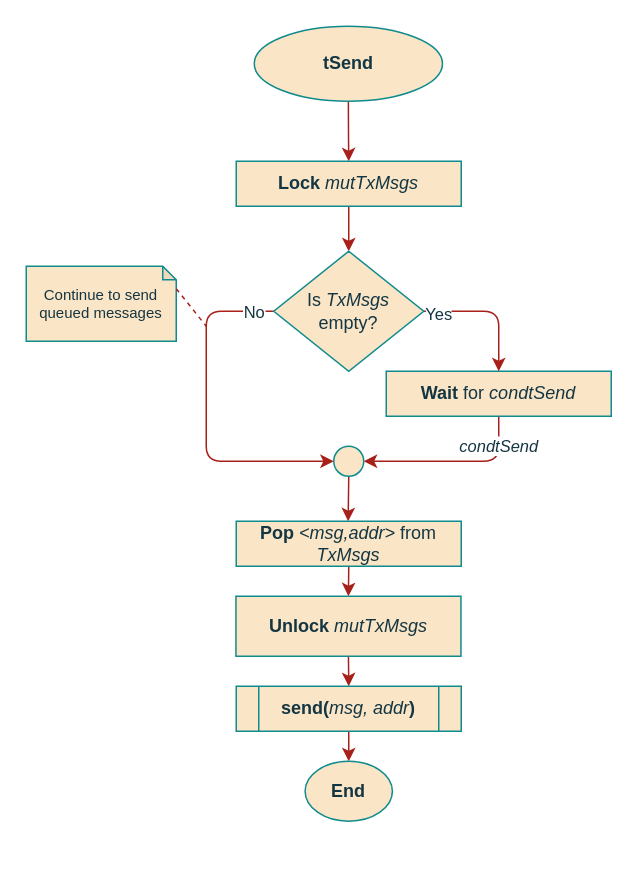
Before: page "tSend" (7 of 8) of documentation/flowcharts/02Classes/CCommunication.drawio in ESRGgroup9/slipad, a draw.io diagram. Source tidied: cells renumbered, new cells numbered last; positions are measured from the earlier drawing's top-left corner, leaving out a move shared by most shapes. Both pictures are drawn from the tidied source at 150%, with x=0, y=0 at pixel (26, 26).
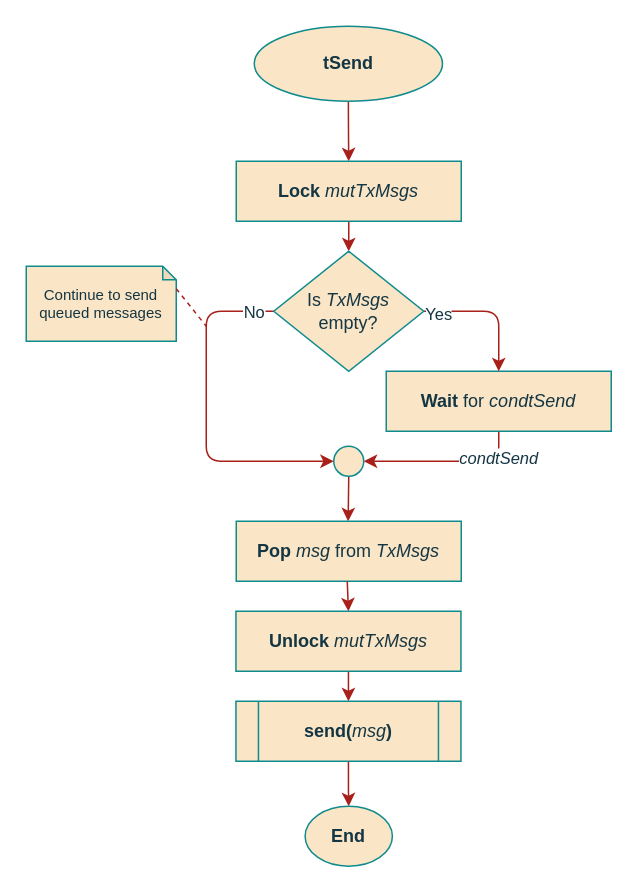
After the change.

What changed in the source:
```diff
@@
     <mxCell id="5" value="&lt;b&gt;Lock&lt;/b&gt; &lt;i&gt;mutTxMsgs&lt;/i&gt;" style="rounded=0;whiteSpace=wrap;html=1;sketch=0;fontColor=#143642;strokeColor=#0F8B8D;fillColor=#FAE5C7;" parent="1" vertex="1">
-      <mxGeometry x="140" y="90" width="150" height="30" as="geometry" />
+      <mxGeometry x="140" y="90" width="150" height="40" as="geometry" />
     </mxCell>
@@
     <mxCell id="7" value="&lt;b&gt;Wait&lt;/b&gt; for &lt;i&gt;condtSend&lt;/i&gt;" style="rounded=0;whiteSpace=wrap;html=1;sketch=0;fontColor=#143642;strokeColor=#0F8B8D;fillColor=#FAE5C7;" parent="1" vertex="1">
-      <mxGeometry x="240" y="230" width="150" height="30" as="geometry" />
+      <mxGeometry x="240" y="230" width="150" height="40" as="geometry" />
     </mxCell>
@@
     <mxCell id="18" value="End" style="ellipse;whiteSpace=wrap;html=1;fillColor=#FAE5C7;strokeColor=#0F8B8D;fontColor=#143642;fontStyle=1;" parent="1" vertex="1">
-      <mxGeometry x="185.9" y="490" width="58.2" height="40" as="geometry" />
+      <mxGeometry x="185.9" y="520" width="58.2" height="40" as="geometry" />
     </mxCell>
-    <mxCell id="19" style="edgeStyle=orthogonalEdgeStyle;rounded=0;jettySize=auto;html=1;exitX=0.5;exitY=1;exitDx=0;exitDy=0;entryX=0.5;entryY=0;entryDx=0;entryDy=0;strokeColor=#A8201A;" parent="1" edge="1" source="20" target="22">
-      <mxGeometry relative="1" as="geometry" />
-    </mxCell>
-    <mxCell id="20" value="&lt;b&gt;Pop &lt;/b&gt;&lt;i&gt;&amp;lt;msg,addr&amp;gt; &lt;/i&gt;from &lt;i&gt;TxMsgs&lt;/i&gt;" style="rounded=0;whiteSpace=wrap;html=1;sketch=0;fontColor=#143642;strokeColor=#0F8B8D;fillColor=#FAE5C7;" parent="1" vertex="1">
-      <mxGeometry x="140" y="330" width="150" height="30" as="geometry" />
+    <mxCell id="20" value="&lt;b&gt;Pop &lt;/b&gt;&lt;i&gt;msg &lt;/i&gt;from &lt;i&gt;TxMsgs&lt;/i&gt;" style="rounded=0;whiteSpace=wrap;html=1;sketch=0;fontColor=#143642;strokeColor=#0F8B8D;fillColor=#FAE5C7;" parent="1" vertex="1">
+      <mxGeometry x="140" y="330" width="150" height="40" as="geometry" />
     </mxCell>
+    <mxCell id="24" style="edgeStyle=orthogonalEdgeStyle;rounded=1;jettySize=auto;html=1;exitX=0.5;exitY=1;exitDx=0;exitDy=0;entryX=0.5;entryY=0;entryDx=0;entryDy=0;strokeColor=#A8201A;" parent="1" edge="1" target="22">
+      <mxGeometry relative="1" as="geometry">
+        <mxPoint x="214" y="370" as="sourcePoint" />
+      </mxGeometry>
+    </mxCell>
@@
     <mxCell id="22" value="&lt;b&gt;Unlock&lt;/b&gt; &lt;i&gt;mutTxMsgs&lt;/i&gt;" style="rounded=0;whiteSpace=wrap;html=1;sketch=0;fontColor=#143642;strokeColor=#0F8B8D;fillColor=#FAE5C7;" parent="1" vertex="1">
-      <mxGeometry x="139.8" y="380" width="150" height="40" as="geometry" />
+      <mxGeometry x="139.8" y="390" width="150" height="40" as="geometry" />
     </mxCell>
-    <mxCell id="23" value="&lt;b&gt;send&lt;/b&gt;(&lt;span&gt;&lt;i&gt;&lt;span style=&quot;font-weight: normal&quot;&gt;msg, addr&lt;/span&gt;&lt;/i&gt;)&lt;/span&gt;" style="shape=process;whiteSpace=wrap;html=1;backgroundOutline=1;rounded=0;sketch=0;fontColor=#143642;strokeColor=#0F8B8D;fillColor=#FAE5C7;fontStyle=1;" parent="1" vertex="1">
-      <mxGeometry x="140" y="440" width="150" height="30" as="geometry" />
+    <mxCell id="23" value="&lt;b&gt;send&lt;/b&gt;(&lt;span&gt;&lt;i&gt;&lt;span style=&quot;font-weight: normal&quot;&gt;msg&lt;/span&gt;&lt;/i&gt;)&lt;/span&gt;" style="shape=process;whiteSpace=wrap;html=1;backgroundOutline=1;rounded=0;sketch=0;fontColor=#143642;strokeColor=#0F8B8D;fillColor=#FAE5C7;fontStyle=1;" parent="1" vertex="1">
+      <mxGeometry x="139.8" y="450" width="150" height="40" as="geometry" />
     </mxCell>
```
